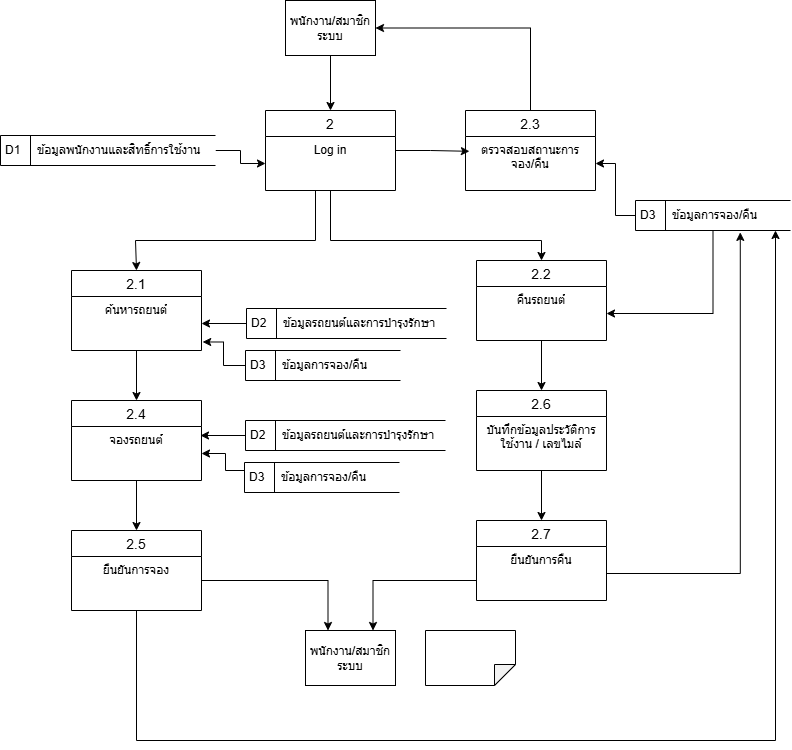
Anurak-Creator/ANURAK-HOMELAB keeps this draw.io diagram as docs/DFDL2_2.drawio.png. Above is the earlier version. Source tidied: cells renumbered, new cells last; positions are measured from the earlier drawing's top-left corner, leaving out a move shared by most shapes.
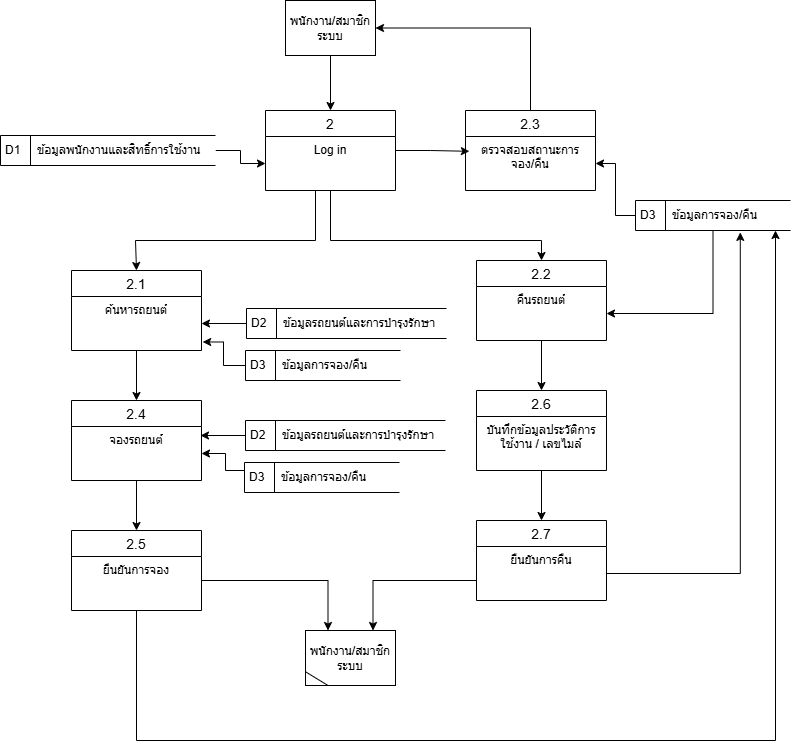
After the change.

What changed in the source:
```diff
@@ -170,8 +170,8 @@
         </Array>
       </mxGeometry>
     </mxCell>
-    <mxCell id="46" style="shape=note;whiteSpace=wrap;html=1;backgroundOutline=1;darkOpacity=0.05;rotation=90;size=21;" parent="1" vertex="1">
-      <mxGeometry x="442.5" y="612.5" width="55" height="90" as="geometry" />
-    </mxCell>
+    <mxCell id="47" style="endArrow=none;html=1;rounded=0;defaultLabelBackgroundColor=page;labelPadding=0 4;exitX=0.25;exitY=1;exitDx=0;exitDy=0;entryX=0;entryY=0.75;entryDx=0;entryDy=0;" parent="1" edge="1" source="43" target="43">
+      <mxGeometry relative="1" as="geometry" />
+    </mxCell>
   </root>
 </mxGraphModel>
```
